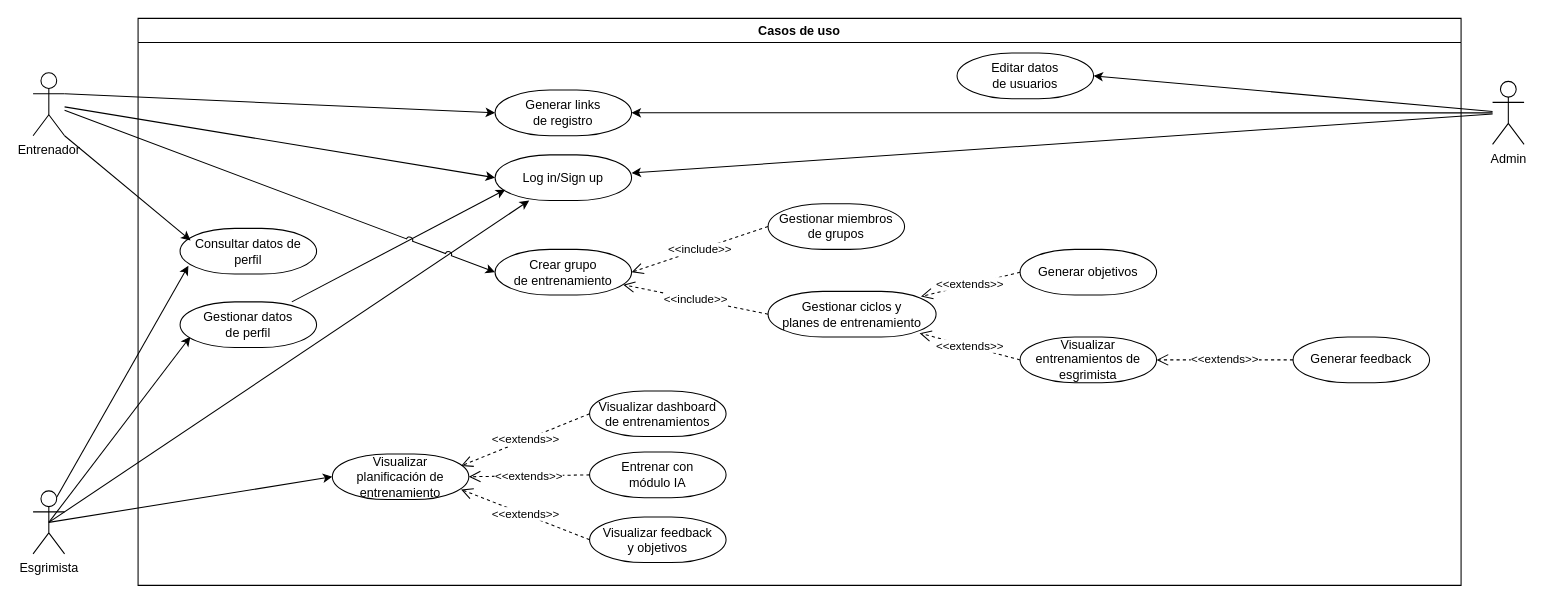
Above: page "Page-1" (1 of 6) of Requirements/diagrama_casos_de_usos.drawio in Diego-Hiriart/Capstone_Hiriart-Corales-Samaniego (draw.io), before the change. Source tidied: cells renumbered, new cells numbered last; positions are measured from the earlier drawing's top-left corner, leaving out a move shared by most shapes. Both pictures are drawn from the tidied source at 105%, with x=0, y=0 at pixel (33, 18).
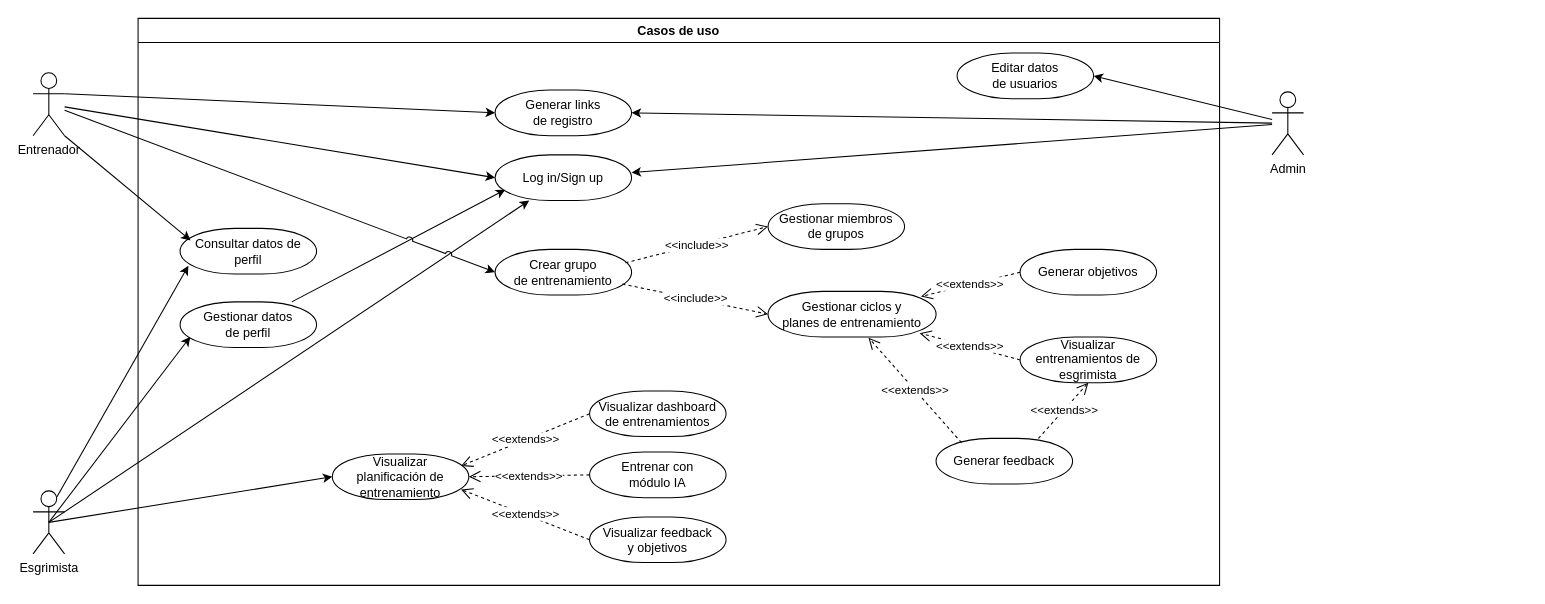
After the change.

Unchanged cells that the change refers to:
```xml
<mxCell id="6" value="Crear grupo&lt;br&gt;de entrenamiento" style="rounded=1;whiteSpace=wrap;html=1;perimeterSpacing=0;arcSize=120;" parent="2" vertex="1">
  <mxGeometry x="340" y="220" width="130" height="43.5" as="geometry" />
</mxCell>
<mxCell id="7" value="Gestionar miembros&lt;br&gt;de grupos" style="rounded=1;whiteSpace=wrap;html=1;perimeterSpacing=0;arcSize=120;" parent="2" vertex="1">
  <mxGeometry x="600" y="176.5" width="130" height="43.5" as="geometry" />
</mxCell>
<mxCell id="8" value="Gestionar ciclos y &lt;br&gt;planes de entrenamiento" style="rounded=1;whiteSpace=wrap;html=1;perimeterSpacing=0;arcSize=120;" parent="2" vertex="1">
  <mxGeometry x="600" y="260" width="160" height="43.5" as="geometry" />
</mxCell>
<mxCell id="14" value="Visualizar entrenamientos de&lt;br&gt;esgrimista" style="rounded=1;whiteSpace=wrap;html=1;perimeterSpacing=0;arcSize=120;" parent="2" vertex="1">
  <mxGeometry x="840" y="303.5" width="130" height="43.5" as="geometry" />
</mxCell>
```

What changed in the source:
```diff
@@
     <mxCell id="2" value="Casos de uso" style="swimlane;fillStyle=solid;swimlaneFillColor=default;" parent="1" vertex="1">
-      <mxGeometry x="100" width="1260" height="540" as="geometry" />
+      <mxGeometry x="100" width="1030" height="540" as="geometry" />
     </mxCell>
@@
-    <mxCell id="15" value="&amp;lt;&amp;lt;include&amp;gt;&amp;gt;" style="endArrow=open;endSize=9;endFill=0;html=1;rounded=0;dashed=1;entryX=1;entryY=0.5;entryDx=0;entryDy=0;exitX=0;exitY=0.5;exitDx=0;exitDy=0;" parent="2" edge="1" source="7" target="6">
+    <mxCell id="15" value="&amp;lt;&amp;lt;include&amp;gt;&amp;gt;" style="endArrow=open;endSize=9;endFill=0;html=1;rounded=0;dashed=1;exitX=0.955;exitY=0.294;exitDx=0;exitDy=0;exitPerimeter=0;entryX=0;entryY=0.5;entryDx=0;entryDy=0;" parent="2" edge="1" source="6" target="7">
       <mxGeometry relative="1" as="geometry" />
     </mxCell>
-    <mxCell id="16" value="&amp;lt;&amp;lt;include&amp;gt;&amp;gt;" style="endArrow=open;endSize=9;endFill=0;html=1;rounded=0;dashed=1;entryX=0.938;entryY=0.774;entryDx=0;entryDy=0;exitX=0;exitY=0.5;exitDx=0;exitDy=0;entryPerimeter=0;" parent="2" edge="1" source="8" target="6">
+    <mxCell id="16" value="&amp;lt;&amp;lt;include&amp;gt;&amp;gt;" style="endArrow=open;endSize=9;endFill=0;html=1;rounded=0;dashed=1;exitX=0.932;exitY=0.759;exitDx=0;exitDy=0;exitPerimeter=0;entryX=0;entryY=0.5;entryDx=0;entryDy=0;" parent="2" edge="1" source="6" target="8">
       <mxGeometry relative="1" as="geometry" />
     </mxCell>
@@
+    <mxCell id="39" value="Generar feedback" style="rounded=1;whiteSpace=wrap;html=1;perimeterSpacing=0;arcSize=120;" parent="2" vertex="1">
+      <mxGeometry x="760" y="400" width="130" height="43.5" as="geometry" />
+    </mxCell>
+    <mxCell id="40" value="&amp;lt;&amp;lt;extends&amp;gt;&amp;gt;" style="endArrow=open;endSize=9;endFill=0;html=1;rounded=0;dashed=1;entryX=0.598;entryY=1.013;entryDx=0;entryDy=0;exitX=0.187;exitY=0.096;exitDx=0;exitDy=0;entryPerimeter=0;exitPerimeter=0;" parent="2" edge="1" source="39" target="8">
+      <mxGeometry relative="1" as="geometry" />
+    </mxCell>
+    <mxCell id="41" value="&amp;lt;&amp;lt;extends&amp;gt;&amp;gt;" style="endArrow=open;endSize=9;endFill=0;html=1;rounded=0;dashed=1;entryX=0.5;entryY=1;entryDx=0;entryDy=0;exitX=0.75;exitY=0;exitDx=0;exitDy=0;" parent="2" edge="1" source="39" target="14">
+      <mxGeometry relative="1" as="geometry" />
+    </mxCell>
@@
     <mxCell id="24" value="Admin" style="shape=umlActor;verticalLabelPosition=bottom;verticalAlign=top;html=1;outlineConnect=0;" parent="1" vertex="1">
-      <mxGeometry x="1390" y="60" width="30" height="60" as="geometry" />
+      <mxGeometry x="1180" y="70" width="30" height="60" as="geometry" />
     </mxCell>
@@
-    <mxCell id="39" value="Generar feedback" style="rounded=1;whiteSpace=wrap;html=1;perimeterSpacing=0;arcSize=120;" parent="1" vertex="1">
-      <mxGeometry x="1200" y="303.5" width="130" height="43.5" as="geometry" />
-    </mxCell>
-    <mxCell id="40" value="&amp;lt;&amp;lt;extends&amp;gt;&amp;gt;" style="endArrow=open;endSize=9;endFill=0;html=1;rounded=0;dashed=1;entryX=1;entryY=0.5;entryDx=0;entryDy=0;exitX=0;exitY=0.5;exitDx=0;exitDy=0;" parent="1" edge="1" source="39" target="14">
-      <mxGeometry relative="1" as="geometry" />
-    </mxCell>
```
